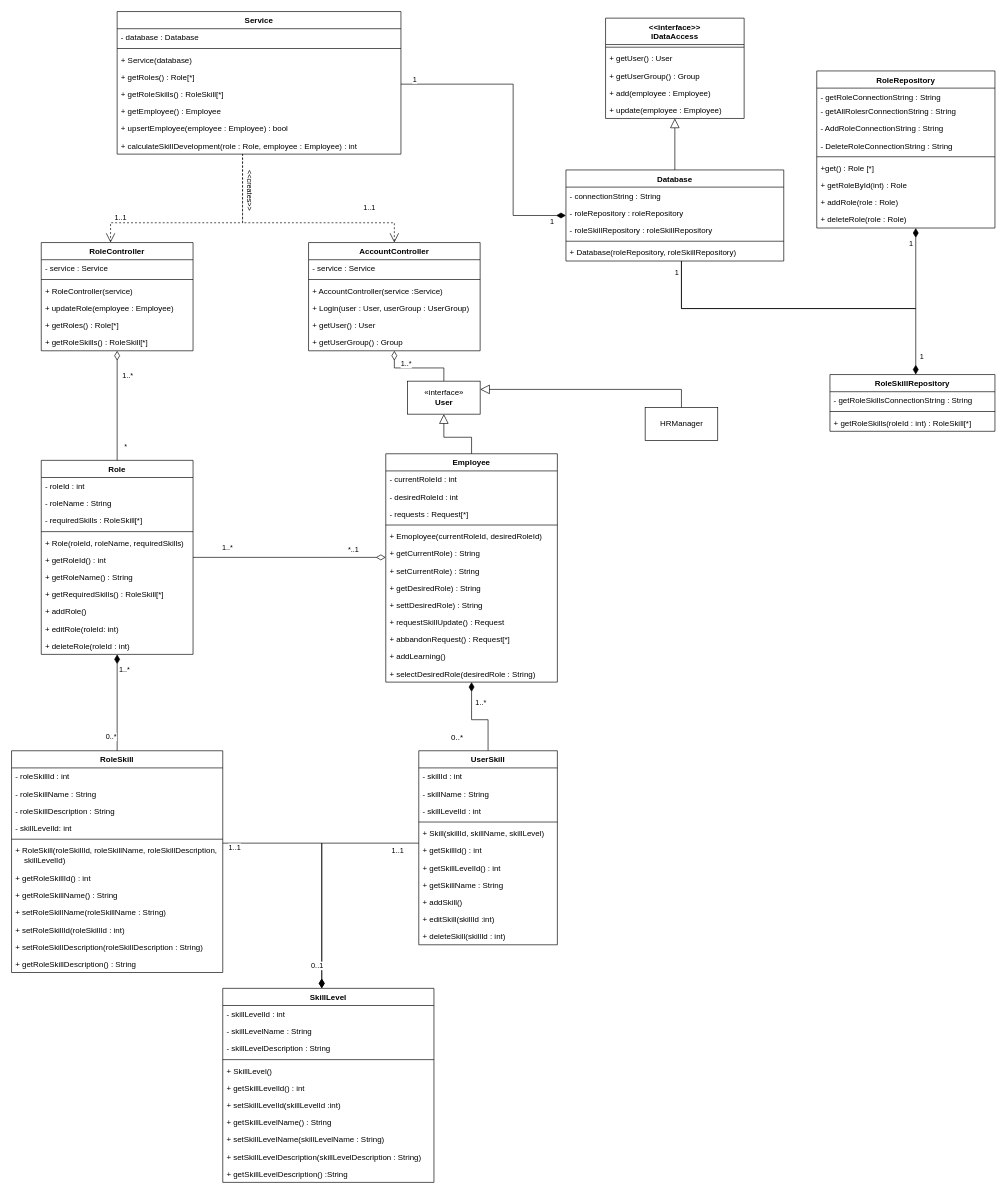
learningCurve89/WorkBasedPortfolios keeps this draw.io diagram as SelectRoleClassDiagram.drawio. Above is the earlier version. Source tidied: cells renumbered, new cells numbered last; positions are measured from the earlier drawing's top-left corner, leaving out a move shared by most shapes. Both pictures are drawn from the tidied source at 66%, with x=0, y=0 at pixel (11, 11).
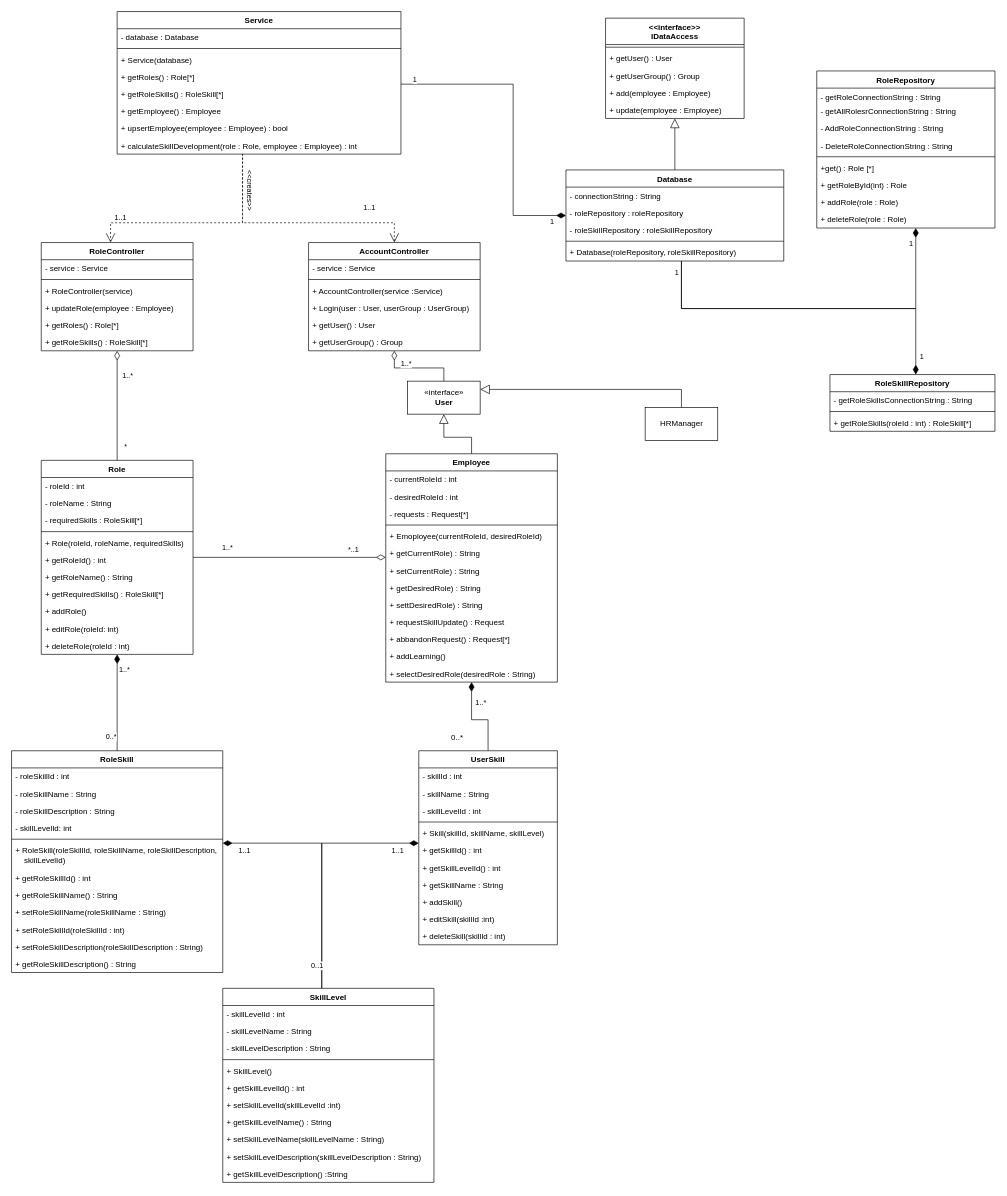
The same page after the edit.

The change refers to these unchanged cells:
```xml
<mxCell id="38" value="UserSkill" style="swimlane;fontStyle=1;align=center;verticalAlign=top;horizontal=1;startSize=26;" parent="1" vertex="1">
  <mxGeometry x="617" y="1120" width="210" height="294" as="geometry" />
</mxCell>
<mxCell id="55" value="SkillLevel" style="swimlane;fontStyle=1;align=center;verticalAlign=top;horizontal=1;startSize=26;" parent="1" vertex="1">
  <mxGeometry x="320" y="1480" width="320" height="294" as="geometry" />
</mxCell>
<mxCell id="67" value="RoleSkill" style="swimlane;fontStyle=1;align=center;verticalAlign=top;horizontal=1;startSize=26;" parent="1" vertex="1">
  <mxGeometry y="1120" width="320" height="336" as="geometry" />
</mxCell>
```

The edit, as a diff of the source:
```diff
@@
-    <mxCell id="50" style="edgeStyle=orthogonalEdgeStyle;rounded=0;jettySize=auto;html=1;startSize=12;endArrow=none;endFill=0;endSize=12;startArrow=diamondThin;startFill=1;" parent="1" edge="1" source="55" target="38">
+    <mxCell id="50" style="edgeStyle=orthogonalEdgeStyle;rounded=0;jettySize=auto;html=1;startSize=12;endArrow=diamondThin;endFill=1;endSize=12;startArrow=none;startFill=0;" parent="1" edge="1" source="55" target="38">
       <mxGeometry relative="1" as="geometry">
         <Array as="points">
           <mxPoint x="470" y="1260" />
         </Array>
       </mxGeometry>
     </mxCell>
@@
-    <mxCell id="52" style="edgeStyle=orthogonalEdgeStyle;rounded=0;jettySize=auto;html=1;startSize=12;endArrow=none;endFill=0;endSize=12;startArrow=diamondThin;startFill=1;" parent="1" edge="1" source="55" target="67">
+    <mxCell id="52" style="edgeStyle=orthogonalEdgeStyle;rounded=0;jettySize=auto;html=1;startSize=12;endArrow=diamondThin;endFill=1;endSize=12;startArrow=none;startFill=0;" parent="1" edge="1" source="55" target="67">
       <mxGeometry relative="1" as="geometry">
         <Array as="points">
           <mxPoint x="470" y="1260" />
         </Array>
       </mxGeometry>
     </mxCell>
     <mxCell id="53" value="1..1" style="edgeLabel;html=1;align=center;verticalAlign=middle;" parent="52" vertex="1">
-      <mxGeometry x="0.91" y="6" relative="1" as="geometry" />
+      <mxGeometry x="0.91" y="6" relative="1" as="geometry">
+        <mxPoint x="15" y="4" as="offset" />
+      </mxGeometry>
     </mxCell>
```
